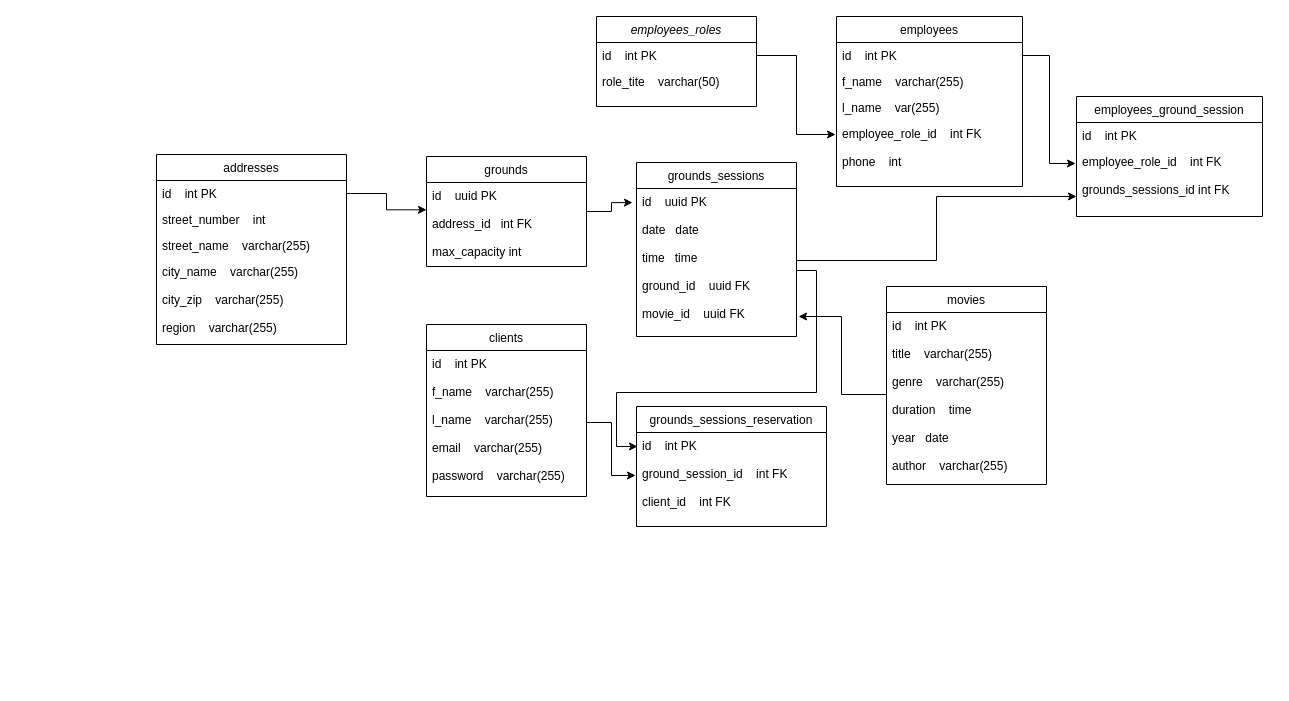
Earlier version of the draw.io diagram exo.drawio (mcosta3tc/BDD_theater_exo). Source tidied: cells renumbered, new cells numbered last; positions are measured from the earlier drawing's top-left corner, leaving out a move shared by most shapes. Both pictures are drawn from the tidied source at 100%, with x=0, y=0 at pixel (156, 16).
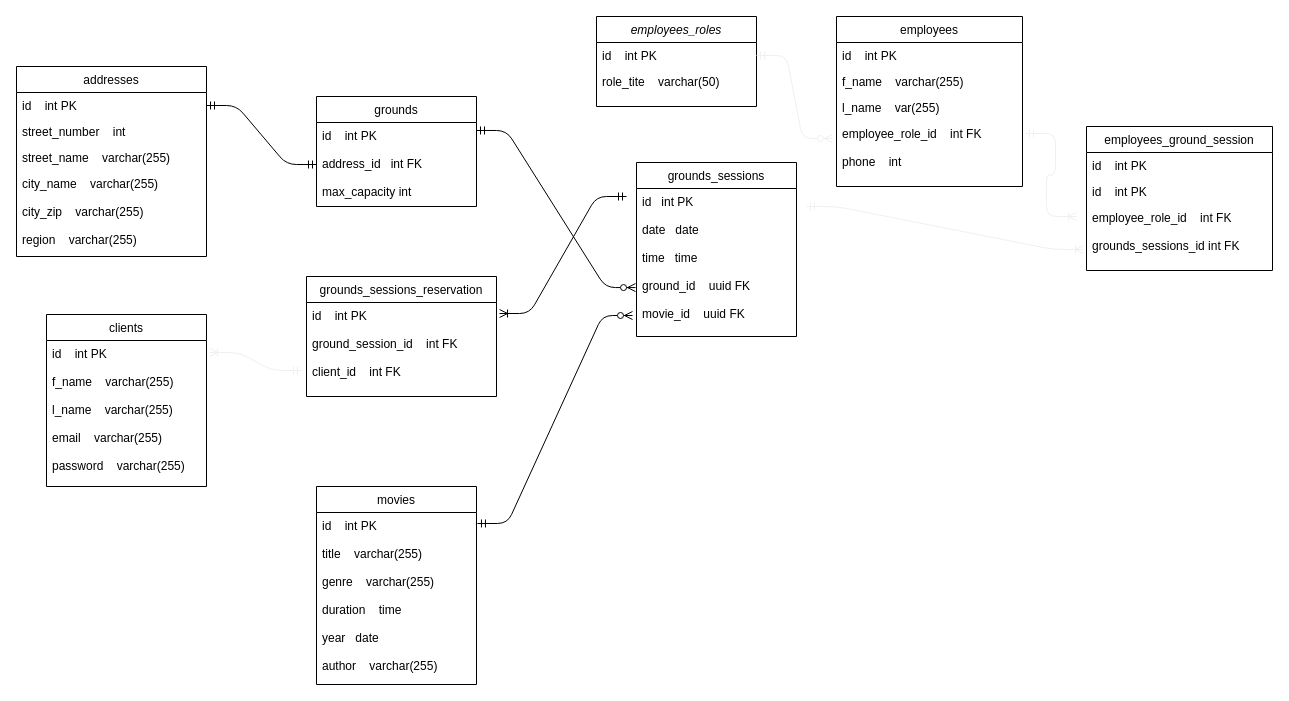
The same diagram, later.

Unchanged cells that the change refers to:
```xml
<mxCell id="3" value="id    int PK" style="text;align=left;verticalAlign=top;spacingLeft=4;spacingRight=4;overflow=hidden;points=[[0,0.5],[1,0.5]];portConstraint=eastwest;" parent="2" vertex="1">
  <mxGeometry y="26" width="160" height="26" as="geometry" />
</mxCell>
<mxCell id="9" value="id    int PK&#10;&#10;title    varchar(255)&#10;&#10;genre    varchar(255)&#10;&#10;duration    time&#10;&#10;year   date&#10;&#10;author    varchar(255)&#10;&#10;" style="text;align=left;verticalAlign=top;spacingLeft=4;spacingRight=4;overflow=hidden;points=[[0,0.5],[1,0.5]];portConstraint=eastwest;fontStyle=0;" parent="8" vertex="1">
  <mxGeometry y="26" width="160" height="164" as="geometry" />
</mxCell>
<mxCell id="11" value="id    int PK" style="text;align=left;verticalAlign=top;spacingLeft=4;spacingRight=4;overflow=hidden;points=[[0,0.5],[1,0.5]];portConstraint=eastwest;" parent="10" vertex="1">
  <mxGeometry y="26" width="186" height="26" as="geometry" />
</mxCell>
<mxCell id="14" value="employee_role_id    int FK&#10;&#10;phone    int" style="text;align=left;verticalAlign=top;spacingLeft=4;spacingRight=4;overflow=hidden;points=[[0,0.5],[1,0.5]];portConstraint=eastwest;rounded=0;shadow=0;html=0;" parent="10" vertex="1">
  <mxGeometry y="104" width="186" height="66" as="geometry" />
</mxCell>
<mxCell id="16" value="grounds_sessions" style="swimlane;fontStyle=0;align=center;verticalAlign=top;horizontal=1;startSize=26;rounded=0;shadow=0;strokeWidth=1;" parent="1" vertex="1">
  <mxGeometry x="480" y="146" width="160" height="174" as="geometry" />
</mxCell>
<mxCell id="19" value="id    int PK &#10;&#10;f_name    varchar(255)&#10;&#10;l_name    varchar(255)&#10;&#10;email    varchar(255)&#10;&#10;password    varchar(255)&#10;&#10;" style="text;align=left;verticalAlign=top;spacingLeft=4;spacingRight=4;overflow=hidden;points=[[0,0.5],[1,0.5]];portConstraint=eastwest;" parent="18" vertex="1">
  <mxGeometry y="26" width="160" height="144" as="geometry" />
</mxCell>
<mxCell id="21" value="id    int PK&#10;&#10;ground_session_id    int FK&#10;&#10;client_id    int FK&#10;&#10;" style="text;align=left;verticalAlign=top;spacingLeft=4;spacingRight=4;overflow=hidden;points=[[0,0.5],[1,0.5]];portConstraint=eastwest;fontStyle=0;" parent="20" vertex="1">
  <mxGeometry y="26" width="190" height="94" as="geometry" />
</mxCell>
<mxCell id="25" value="id    int PK" style="text;align=left;verticalAlign=top;spacingLeft=4;spacingRight=4;overflow=hidden;points=[[0,0.5],[1,0.5]];portConstraint=eastwest;" parent="24" vertex="1">
  <mxGeometry y="26" width="190" height="26" as="geometry" />
</mxCell>
```

Change to the diagram source:
```diff
@@
-    <mxCell id="5" style="edgeStyle=orthogonalEdgeStyle;rounded=0;jettySize=auto;html=1;entryX=-0.025;entryY=0.098;entryDx=0;entryDy=0;entryPerimeter=0;" parent="1" edge="1" source="6" target="17">
-      <mxGeometry relative="1" as="geometry" />
-    </mxCell>
     <mxCell id="6" value="grounds" style="swimlane;fontStyle=0;align=center;verticalAlign=top;horizontal=1;startSize=26;rounded=0;shadow=0;strokeWidth=1;" parent="1" vertex="1">
-      <mxGeometry x="270" y="140" width="160" height="110" as="geometry" />
+      <mxGeometry x="160" y="80" width="160" height="110" as="geometry" />
     </mxCell>
-    <mxCell id="7" value="id    uuid PK &#10;&#10;address_id   int FK&#10;&#10;max_capacity int" style="text;align=left;verticalAlign=top;spacingLeft=4;spacingRight=4;overflow=hidden;points=[[0,0.5],[1,0.5]];portConstraint=eastwest;" parent="6" vertex="1">
+    <mxCell id="7" value="id    int PK &#10;&#10;address_id   int FK&#10;&#10;max_capacity int" style="text;align=left;verticalAlign=top;spacingLeft=4;spacingRight=4;overflow=hidden;points=[[0,0.5],[1,0.5]];portConstraint=eastwest;" parent="6" vertex="1">
       <mxGeometry y="26" width="160" height="84" as="geometry" />
     </mxCell>
     <mxCell id="8" value="movies" style="swimlane;fontStyle=0;align=center;verticalAlign=top;horizontal=1;startSize=26;rounded=0;shadow=0;strokeWidth=1;" parent="1" vertex="1">
-      <mxGeometry x="730" y="270" width="160" height="198" as="geometry" />
+      <mxGeometry x="160" y="470" width="160" height="198" as="geometry" />
     </mxCell>
@@
-    <mxCell id="15" style="edgeStyle=orthogonalEdgeStyle;rounded=0;jettySize=auto;html=1;entryX=-0.005;entryY=0.212;entryDx=0;entryDy=0;entryPerimeter=0;" parent="1" edge="1" source="3" target="14">
-      <mxGeometry relative="1" as="geometry" />
-    </mxCell>
@@
-    <mxCell id="17" value="id    uuid PK&#10;&#10;date   date&#10;&#10;time   time&#10;&#10;ground_id    uuid FK&#10;&#10;movie_id    uuid FK&#10;" style="text;align=left;verticalAlign=top;spacingLeft=4;spacingRight=4;overflow=hidden;points=[[0,0.5],[1,0.5]];portConstraint=eastwest;fontStyle=0;" parent="16" vertex="1">
+    <mxCell id="17" value="id   int PK&#10;&#10;date   date&#10;&#10;time   time&#10;&#10;ground_id    uuid FK&#10;&#10;movie_id    uuid FK&#10;" style="text;align=left;verticalAlign=top;spacingLeft=4;spacingRight=4;overflow=hidden;points=[[0,0.5],[1,0.5]];portConstraint=eastwest;fontStyle=0;" parent="16" vertex="1">
       <mxGeometry y="26" width="160" height="144" as="geometry" />
     </mxCell>
     <mxCell id="18" value="clients" style="swimlane;fontStyle=0;align=center;verticalAlign=top;horizontal=1;startSize=26;rounded=0;shadow=0;strokeWidth=1;" parent="1" vertex="1">
-      <mxGeometry x="270" y="308" width="160" height="172" as="geometry" />
+      <mxGeometry x="-110" y="298" width="160" height="172" as="geometry" />
     </mxCell>
@@
     <mxCell id="20" value="grounds_sessions_reservation" style="swimlane;fontStyle=0;align=center;verticalAlign=top;horizontal=1;startSize=26;rounded=0;shadow=0;strokeWidth=1;" parent="1" vertex="1">
-      <mxGeometry x="480" y="390" width="190" height="120" as="geometry" />
+      <mxGeometry x="150" y="260" width="190" height="120" as="geometry" />
     </mxCell>
@@
-    <mxCell id="22" style="edgeStyle=orthogonalEdgeStyle;rounded=0;jettySize=auto;html=1;entryX=-0.005;entryY=0.457;entryDx=0;entryDy=0;entryPerimeter=0;" parent="1" edge="1" source="19" target="21">
-      <mxGeometry relative="1" as="geometry" />
-    </mxCell>
-    <mxCell id="23" style="edgeStyle=orthogonalEdgeStyle;rounded=0;jettySize=auto;html=1;" parent="1" edge="1" source="17">
-      <mxGeometry relative="1" as="geometry">
-        <mxPoint x="481" y="430" as="targetPoint" />
-        <Array as="points">
-          <mxPoint x="660" y="254" />
-          <mxPoint x="660" y="376" />
-          <mxPoint x="460" y="376" />
-          <mxPoint x="460" y="430" />
-          <mxPoint x="481" y="430" />
-        </Array>
-      </mxGeometry>
-    </mxCell>
     <mxCell id="24" value="addresses" style="swimlane;fontStyle=0;align=center;verticalAlign=top;horizontal=1;startSize=26;rounded=0;shadow=0;strokeWidth=1;" parent="1" vertex="1">
-      <mxGeometry y="138" width="190" height="190" as="geometry" />
+      <mxGeometry x="-140" y="50" width="190" height="190" as="geometry" />
     </mxCell>
@@
-    <mxCell id="29" style="edgeStyle=orthogonalEdgeStyle;rounded=0;jettySize=auto;html=1;entryX=0;entryY=0.325;entryDx=0;entryDy=0;entryPerimeter=0;exitX=1;exitY=0.5;exitDx=0;exitDy=0;" parent="1" edge="1" source="25" target="7">
-      <mxGeometry relative="1" as="geometry" />
-    </mxCell>
     <mxCell id="30" value="employees_ground_session" style="swimlane;fontStyle=0;align=center;verticalAlign=top;horizontal=1;startSize=26;rounded=0;shadow=0;strokeWidth=1;" parent="1" vertex="1">
-      <mxGeometry x="920" y="80" width="186" height="120" as="geometry" />
+      <mxGeometry x="930" y="110" width="186" height="144" as="geometry" />
     </mxCell>
@@
+    <mxCell id="36" value="id    int PK" style="text;align=left;verticalAlign=top;spacingLeft=4;spacingRight=4;overflow=hidden;" parent="30" vertex="1">
+      <mxGeometry y="52" width="186" height="26" as="geometry" />
+    </mxCell>
     <mxCell id="32" value="employee_role_id    int FK&#10;&#10;grounds_sessions_id int FK" style="text;align=left;verticalAlign=top;spacingLeft=4;spacingRight=4;overflow=hidden;points=[[0,0.5],[1,0.5]];portConstraint=eastwest;rounded=0;shadow=0;html=0;" parent="30" vertex="1">
-      <mxGeometry y="52" width="186" height="66" as="geometry" />
+      <mxGeometry y="78" width="186" height="66" as="geometry" />
     </mxCell>
-    <mxCell id="33" style="edgeStyle=orthogonalEdgeStyle;rounded=0;jettySize=auto;html=1;entryX=-0.005;entryY=0.227;entryDx=0;entryDy=0;entryPerimeter=0;" parent="1" edge="1" source="11" target="32">
-      <mxGeometry relative="1" as="geometry" />
-    </mxCell>
-    <mxCell id="34" style="edgeStyle=orthogonalEdgeStyle;rounded=0;jettySize=auto;html=1;entryX=0;entryY=0.727;entryDx=0;entryDy=0;entryPerimeter=0;" parent="1" edge="1" source="17" target="32">
-      <mxGeometry relative="1" as="geometry" />
-    </mxCell>
+    <mxCell id="29" style="edgeStyle=entityRelationEdgeStyle;fontSize=12;html=1;endArrow=ERmandOne;startArrow=ERmandOne;exitX=1;exitY=0.5;exitDx=0;exitDy=0;entryX=0;entryY=0.5;entryDx=0;entryDy=0;" parent="1" edge="1" source="25" target="7">
+      <mxGeometry relative="1" as="geometry" />
+    </mxCell>
+    <mxCell id="37" style="edgeStyle=entityRelationEdgeStyle;fontSize=12;html=1;endArrow=ERzeroToMany;endFill=1;exitX=1;exitY=0.095;exitDx=0;exitDy=0;exitPerimeter=0;entryX=-0.006;entryY=0.688;entryDx=0;entryDy=0;entryPerimeter=0;startArrow=ERmandOne;startFill=0;" parent="1" edge="1" source="7" target="17">
+      <mxGeometry relative="1" as="geometry" />
+    </mxCell>
-    <mxCell id="35" style="edgeStyle=orthogonalEdgeStyle;rounded=0;jettySize=auto;html=1;entryX=1.013;entryY=0.889;entryDx=0;entryDy=0;entryPerimeter=0;" parent="1" edge="1" source="9" target="17">
+    <mxCell id="35" style="edgeStyle=entityRelationEdgeStyle;fontSize=12;html=1;endArrow=ERzeroToMany;endFill=1;entryX=-0.025;entryY=0.882;entryDx=0;entryDy=0;entryPerimeter=0;exitX=1.006;exitY=0.067;exitDx=0;exitDy=0;exitPerimeter=0;startArrow=ERmandOne;startFill=0;" parent="1" edge="1" source="9" target="17">
       <mxGeometry relative="1" as="geometry" />
     </mxCell>
+    <mxCell id="38" style="edgeStyle=entityRelationEdgeStyle;fontSize=12;html=1;endArrow=ERmandOne;rounded=1;exitX=1.016;exitY=0.117;exitDx=0;exitDy=0;exitPerimeter=0;startArrow=ERoneToMany;startFill=0;endFill=0;" parent="1" edge="1" source="21">
+      <mxGeometry relative="1" as="geometry">
+        <mxPoint x="470" y="180" as="targetPoint" />
+      </mxGeometry>
+    </mxCell>
+    <mxCell id="22" style="edgeStyle=entityRelationEdgeStyle;fontSize=12;html=1;endArrow=ERmandOne;startArrow=ERoneToMany;strokeColor=#f0f0f0;strokeWidth=1;exitX=1.019;exitY=0.083;exitDx=0;exitDy=0;exitPerimeter=0;entryX=-0.026;entryY=0.723;entryDx=0;entryDy=0;entryPerimeter=0;startFill=0;" parent="1" edge="1" source="19" target="21">
+      <mxGeometry relative="1" as="geometry" />
+    </mxCell>
+    <mxCell id="15" style="edgeStyle=entityRelationEdgeStyle;fontSize=12;html=1;endArrow=ERzeroToMany;startArrow=ERmandOne;strokeColor=#f0f0f0;strokeWidth=1;exitX=1;exitY=0.5;exitDx=0;exitDy=0;entryX=-0.022;entryY=0.273;entryDx=0;entryDy=0;entryPerimeter=0;" parent="1" edge="1" source="3" target="14">
+      <mxGeometry relative="1" as="geometry" />
+    </mxCell>
+    <mxCell id="39" style="edgeStyle=entityRelationEdgeStyle;fontSize=12;html=1;endArrow=ERoneToMany;startArrow=ERmandOne;strokeColor=#f0f0f0;strokeWidth=1;exitX=1.016;exitY=0.197;exitDx=0;exitDy=0;exitPerimeter=0;" parent="1" edge="1" source="14">
+      <mxGeometry relative="1" as="geometry">
+        <mxPoint x="920" y="200" as="targetPoint" />
+      </mxGeometry>
+    </mxCell>
+    <mxCell id="40" style="edgeStyle=entityRelationEdgeStyle;fontSize=12;html=1;endArrow=ERoneToMany;startArrow=ERmandOne;strokeColor=#f0f0f0;strokeWidth=1;entryX=-0.016;entryY=0.682;entryDx=0;entryDy=0;entryPerimeter=0;" parent="1" edge="1" target="32">
+      <mxGeometry relative="1" as="geometry">
+        <mxPoint x="650" y="190" as="sourcePoint" />
+      </mxGeometry>
+    </mxCell>
```
